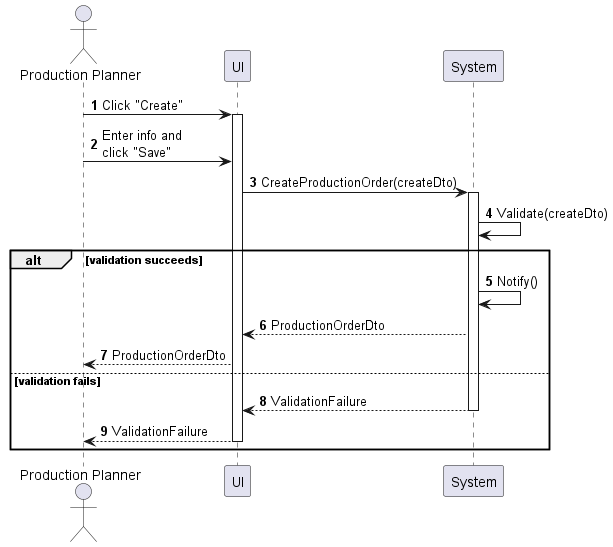
Before: sequences/production-order-create.png, a diagram exported from PlantUML (phihungha/scmss-reqs).
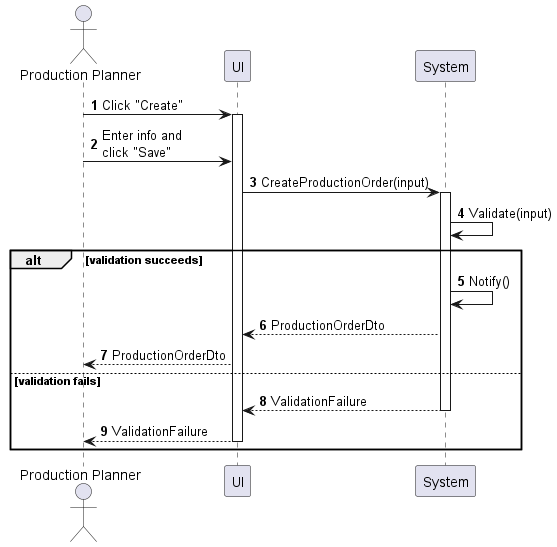
The same file after the commit.

Change to the diagram source:
```diff
@@ -8,9 +8,9 @@
 a -> f : Click "Create"
 activate f
 a -> f : Enter info and\nclick "Save"
-f -> b : CreateProductionOrder(createDto)
+f -> b : CreateProductionOrder(input)
 activate b
-b -> b : Validate(createDto)
+b -> b : Validate(input)
 
 alt validation succeeds
     b -> b : Notify()
```
